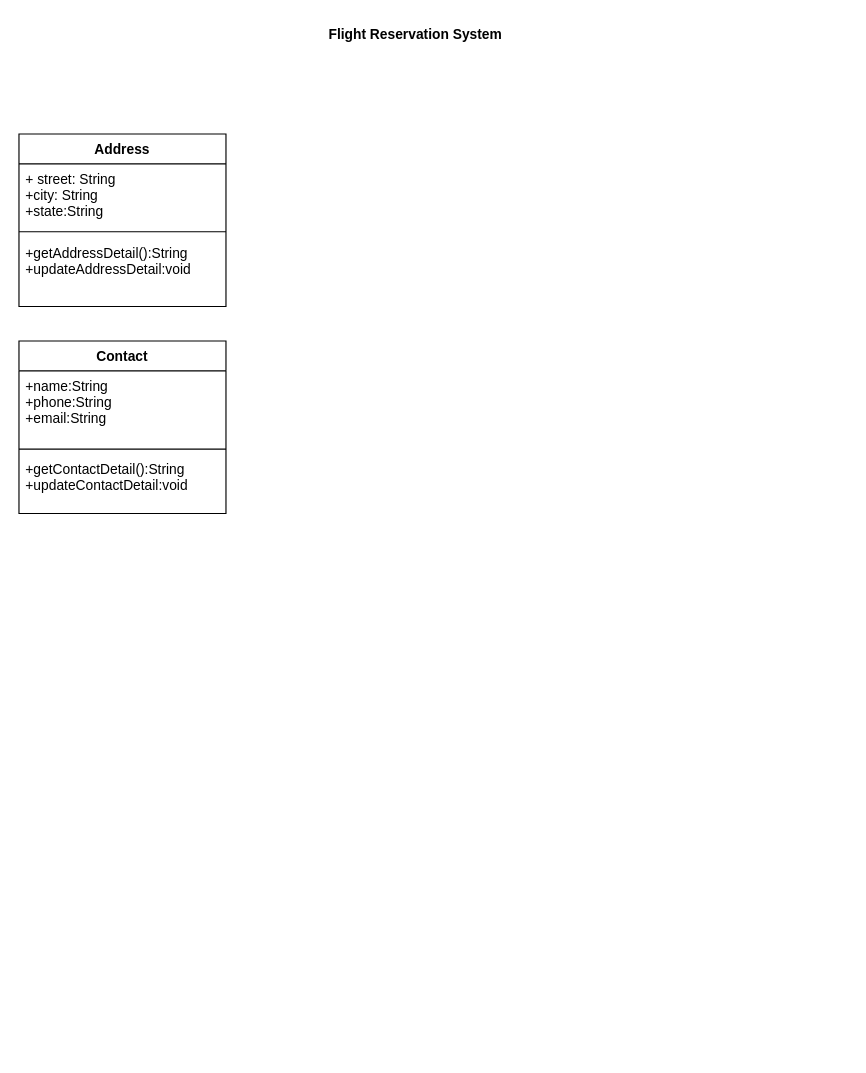
Before: FRS.drawio in bhiogade/new-one, a draw.io diagram. Source tidied: cells renumbered, new cells numbered last; positions are measured from the earlier drawing's top-left corner, leaving out a move shared by most shapes. Both pictures are drawn from the tidied source at 115%, with x=0, y=0 at pixel (18, 18).
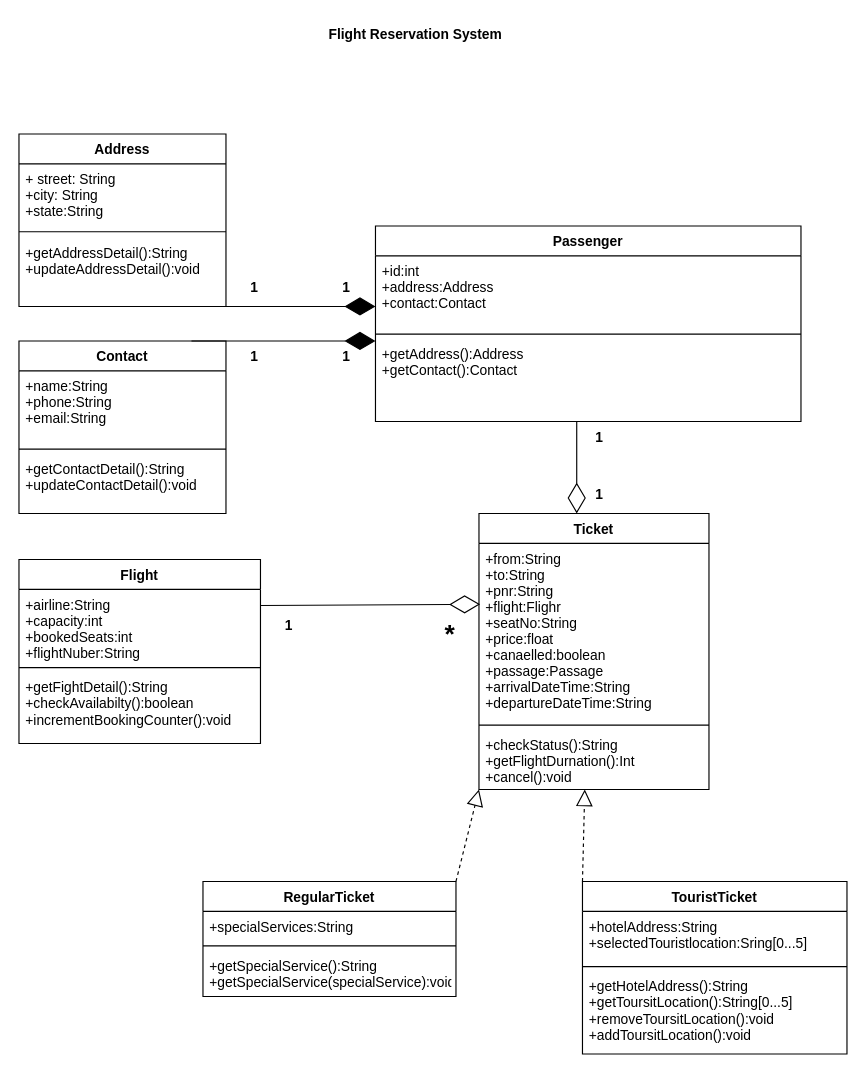
Above is the later version.

The change refers to these unchanged cells:
```xml
<mxCell id="2" value="Address" style="swimlane;fontStyle=1;align=center;verticalAlign=top;horizontal=1;startSize=26;" parent="1" vertex="1">
  <mxGeometry y="100" width="180" height="150" as="geometry" />
</mxCell>
<mxCell id="7" value="Contact" style="swimlane;fontStyle=1;align=center;verticalAlign=top;horizontal=1;startSize=26;" parent="1" vertex="1">
  <mxGeometry y="280" width="180" height="150" as="geometry" />
</mxCell>
```

What changed in the source:
```diff
@@
-    <mxCell id="5" value="+getAddressDetail():String&#10;+updateAddressDetail:void" style="text;strokeColor=none;fillColor=none;align=left;verticalAlign=top;spacingLeft=4;spacingRight=4;overflow=hidden;" parent="2" vertex="1">
+    <mxCell id="5" value="+getAddressDetail():String&#10;+updateAddressDetail():void" style="text;strokeColor=none;fillColor=none;align=left;verticalAlign=top;spacingLeft=4;spacingRight=4;overflow=hidden;" parent="2" vertex="1">
       <mxGeometry y="90" width="180" height="60" as="geometry" />
     </mxCell>
@@
-    <mxCell id="10" value="+getContactDetail():String&#10;+updateContactDetail:void" style="text;strokeColor=none;fillColor=none;align=left;verticalAlign=top;spacingLeft=4;spacingRight=4;overflow=hidden;" parent="7" vertex="1">
+    <mxCell id="10" value="+getContactDetail():String&#10;+updateContactDetail():void" style="text;strokeColor=none;fillColor=none;align=left;verticalAlign=top;spacingLeft=4;spacingRight=4;overflow=hidden;" parent="7" vertex="1">
       <mxGeometry y="98" width="180" height="52" as="geometry" />
     </mxCell>
+    <mxCell id="11" value="Passenger" style="swimlane;fontStyle=1;align=center;verticalAlign=top;horizontal=1;startSize=26;" parent="1" vertex="1">
+      <mxGeometry x="310" y="180" width="370" height="170" as="geometry" />
+    </mxCell>
+    <mxCell id="12" value="+id:int&#10;+address:Address&#10;+contact:Contact" style="text;strokeColor=none;fillColor=none;align=left;verticalAlign=top;spacingLeft=4;spacingRight=4;overflow=hidden;" parent="11" vertex="1">
+      <mxGeometry y="26" width="370" height="64" as="geometry" />
+    </mxCell>
+    <mxCell id="13" style="line;strokeWidth=1;fillColor=none;align=left;verticalAlign=middle;spacingTop=-1;spacingLeft=3;spacingRight=3;labelPosition=right;" parent="11" vertex="1">
+      <mxGeometry y="90" width="370" height="8" as="geometry" />
+    </mxCell>
+    <mxCell id="14" value="+getAddress():Address&#10;+getContact():Contact" style="text;strokeColor=none;fillColor=none;align=left;verticalAlign=top;spacingLeft=4;spacingRight=4;overflow=hidden;" parent="11" vertex="1">
+      <mxGeometry y="98" width="370" height="72" as="geometry" />
+    </mxCell>
+    <mxCell id="15" value="Ticket" style="swimlane;fontStyle=1;align=center;verticalAlign=top;horizontal=1;startSize=26;" parent="1" vertex="1">
+      <mxGeometry x="400" y="430" width="200" height="240" as="geometry" />
+    </mxCell>
+    <mxCell id="16" value="+from:String&#10;+to:String&#10;+pnr:String&#10;+flight:Flighr&#10;+seatNo:String&#10;+price:float&#10;+canaelled:boolean&#10;+passage:Passage&#10;+arrivalDateTime:String&#10;+departureDateTime:String" style="text;strokeColor=none;fillColor=none;align=left;verticalAlign=top;spacingLeft=4;spacingRight=4;overflow=hidden;points=[[0,0.5],[1,0.5]];portConstraint=eastwest;" parent="15" vertex="1">
+      <mxGeometry y="26" width="200" height="154" as="geometry" />
+    </mxCell>
+    <mxCell id="17" style="line;strokeWidth=1;fillColor=none;align=left;verticalAlign=middle;spacingTop=-1;spacingLeft=3;spacingRight=3;labelPosition=right;" parent="15" vertex="1">
+      <mxGeometry y="180" width="200" height="8" as="geometry" />
+    </mxCell>
+    <mxCell id="18" value="+checkStatus():String&#10;+getFlightDurnation():Int&#10;+cancel():void" style="text;strokeColor=none;fillColor=none;align=left;verticalAlign=top;spacingLeft=4;spacingRight=4;overflow=hidden;" parent="15" vertex="1">
+      <mxGeometry y="188" width="200" height="52" as="geometry" />
+    </mxCell>
+    <mxCell id="19" style="endArrow=diamondThin;endFill=1;endSize=24;html=1;" parent="1" edge="1">
+      <mxGeometry relative="1" as="geometry">
+        <mxPoint x="150" y="280" as="sourcePoint" />
+        <mxPoint x="310" y="280" as="targetPoint" />
+        <Array as="points">
+          <mxPoint x="220" y="280" />
+        </Array>
+      </mxGeometry>
+    </mxCell>
+    <mxCell id="20" style="endArrow=diamondThin;endFill=1;endSize=24;html=1;" parent="1" edge="1">
+      <mxGeometry relative="1" as="geometry">
+        <mxPoint x="150" y="250" as="sourcePoint" />
+        <mxPoint x="310" y="250" as="targetPoint" />
+      </mxGeometry>
+    </mxCell>
+    <mxCell id="21" style="endArrow=diamondThin;endFill=0;endSize=24;html=1;" parent="1" edge="1">
+      <mxGeometry relative="1" as="geometry">
+        <mxPoint x="485" y="350" as="sourcePoint" />
+        <mxPoint x="485" y="430" as="targetPoint" />
+      </mxGeometry>
+    </mxCell>
+    <mxCell id="22" value="Flight" style="swimlane;fontStyle=1;align=center;verticalAlign=top;horizontal=1;startSize=26;" parent="1" vertex="1">
+      <mxGeometry y="470" width="210" height="160" as="geometry" />
+    </mxCell>
+    <mxCell id="23" value="+airline:String&#10;+capacity:int&#10;+bookedSeats:int&#10;+flightNuber:String" style="text;strokeColor=none;fillColor=none;align=left;verticalAlign=top;spacingLeft=4;spacingRight=4;overflow=hidden;" parent="22" vertex="1">
+      <mxGeometry y="26" width="210" height="64" as="geometry" />
+    </mxCell>
+    <mxCell id="24" style="line;strokeWidth=1;fillColor=none;align=left;verticalAlign=middle;spacingTop=-1;spacingLeft=3;spacingRight=3;labelPosition=right;" parent="22" vertex="1">
+      <mxGeometry y="90" width="210" height="8" as="geometry" />
+    </mxCell>
+    <mxCell id="25" value="+getFightDetail():String&#10;+checkAvailabilty():boolean&#10;+incrementBookingCounter():void" style="text;strokeColor=none;fillColor=none;align=left;verticalAlign=top;spacingLeft=4;spacingRight=4;overflow=hidden;" parent="22" vertex="1">
+      <mxGeometry y="98" width="210" height="62" as="geometry" />
+    </mxCell>
+    <mxCell id="26" style="endArrow=diamondThin;endFill=0;endSize=24;html=1;entryX=0.005;entryY=0.344;entryDx=0;entryDy=0;entryPerimeter=0;" parent="1" edge="1" target="16">
+      <mxGeometry relative="1" as="geometry">
+        <mxPoint x="210" y="510" as="sourcePoint" />
+      </mxGeometry>
+    </mxCell>
+    <mxCell id="27" value="TouristTicket" style="swimlane;fontStyle=1;align=center;verticalAlign=top;horizontal=1;startSize=26;" parent="1" vertex="1">
+      <mxGeometry x="490" y="750" width="230" height="150" as="geometry" />
+    </mxCell>
+    <mxCell id="28" value="+hotelAddress:String&#10;+selectedTouristlocation:Sring[0...5]&#10;&#10;" style="text;strokeColor=none;fillColor=none;align=left;verticalAlign=top;spacingLeft=4;spacingRight=4;overflow=hidden;" parent="27" vertex="1">
+      <mxGeometry y="26" width="230" height="44" as="geometry" />
+    </mxCell>
+    <mxCell id="29" style="line;strokeWidth=1;fillColor=none;align=left;verticalAlign=middle;spacingTop=-1;spacingLeft=3;spacingRight=3;labelPosition=right;" parent="27" vertex="1">
+      <mxGeometry y="70" width="230" height="8" as="geometry" />
+    </mxCell>
+    <mxCell id="30" value="+getHotelAddress():String&#10;+getToursitLocation():String[0...5]&#10;+removeToursitLocation():void&#10;+addToursitLocation():void" style="text;strokeColor=none;fillColor=none;align=left;verticalAlign=top;spacingLeft=4;spacingRight=4;overflow=hidden;" parent="27" vertex="1">
+      <mxGeometry y="78" width="230" height="72" as="geometry" />
+    </mxCell>
+    <mxCell id="31" value="RegularTicket" style="swimlane;fontStyle=1;align=center;verticalAlign=top;horizontal=1;startSize=26;" parent="1" vertex="1">
+      <mxGeometry x="160" y="750" width="220" height="100" as="geometry" />
+    </mxCell>
+    <mxCell id="32" value="+specialServices:String&#10;" style="text;strokeColor=none;fillColor=none;align=left;verticalAlign=top;spacingLeft=4;spacingRight=4;overflow=hidden;" parent="31" vertex="1">
+      <mxGeometry y="26" width="220" height="26" as="geometry" />
+    </mxCell>
+    <mxCell id="33" style="line;strokeWidth=1;fillColor=none;align=left;verticalAlign=middle;spacingTop=-1;spacingLeft=3;spacingRight=3;labelPosition=right;" parent="31" vertex="1">
+      <mxGeometry y="52" width="220" height="8" as="geometry" />
+    </mxCell>
+    <mxCell id="34" value="+getSpecialService():String&#10;+getSpecialService(specialService):void" style="text;strokeColor=none;fillColor=none;align=left;verticalAlign=top;spacingLeft=4;spacingRight=4;overflow=hidden;" parent="31" vertex="1">
+      <mxGeometry y="60" width="220" height="40" as="geometry" />
+    </mxCell>
+    <mxCell id="35" style="endArrow=block;dashed=1;endFill=0;endSize=12;html=1;exitX=1;exitY=0;exitDx=0;exitDy=0;" parent="1" edge="1" source="31">
+      <mxGeometry relative="1" as="geometry">
+        <mxPoint x="400" y="670" as="targetPoint" />
+      </mxGeometry>
+    </mxCell>
+    <mxCell id="36" style="endArrow=block;dashed=1;endFill=0;endSize=12;html=1;exitX=0;exitY=0;exitDx=0;exitDy=0;" parent="1" edge="1" source="27">
+      <mxGeometry relative="1" as="geometry">
+        <mxPoint x="492" y="670" as="targetPoint" />
+      </mxGeometry>
+    </mxCell>
+    <mxCell id="37" value="1" style="text;align=center;fontStyle=1;verticalAlign=middle;spacingLeft=3;spacingRight=3;strokeColor=none;" parent="1" vertex="1">
+      <mxGeometry x="180" y="220" width="50" height="26" as="geometry" />
+    </mxCell>
+    <mxCell id="38" value="1" style="text;align=center;fontStyle=1;verticalAlign=middle;spacingLeft=3;spacingRight=3;strokeColor=none;" parent="1" vertex="1">
+      <mxGeometry x="260" y="220" width="50" height="26" as="geometry" />
+    </mxCell>
+    <mxCell id="39" value="1" style="text;align=center;fontStyle=1;verticalAlign=middle;spacingLeft=3;spacingRight=3;strokeColor=none;" parent="1" vertex="1">
+      <mxGeometry x="260" y="280" width="50" height="26" as="geometry" />
+    </mxCell>
+    <mxCell id="40" value="1" style="text;align=center;fontStyle=1;verticalAlign=middle;spacingLeft=3;spacingRight=3;strokeColor=none;" parent="1" vertex="1">
+      <mxGeometry x="180" y="280" width="50" height="26" as="geometry" />
+    </mxCell>
+    <mxCell id="41" value="1" style="text;align=center;fontStyle=1;verticalAlign=middle;spacingLeft=3;spacingRight=3;strokeColor=none;" parent="1" vertex="1">
+      <mxGeometry x="480" y="350" width="50" height="26" as="geometry" />
+    </mxCell>
+    <mxCell id="42" value="1" style="text;align=center;fontStyle=1;verticalAlign=middle;spacingLeft=3;spacingRight=3;strokeColor=none;" parent="1" vertex="1">
+      <mxGeometry x="480" y="400" width="50" height="26" as="geometry" />
+    </mxCell>
+    <mxCell id="43" value="1" style="text;align=center;fontStyle=1;verticalAlign=middle;spacingLeft=3;spacingRight=3;strokeColor=none;" parent="1" vertex="1">
+      <mxGeometry x="210" y="514" width="50" height="26" as="geometry" />
+    </mxCell>
+    <mxCell id="44" value="*" style="text;align=center;fontStyle=1;verticalAlign=middle;spacingLeft=3;spacingRight=3;strokeColor=none;fontSize=23;" parent="1" vertex="1">
+      <mxGeometry x="350" y="520" width="50" height="26" as="geometry" />
+    </mxCell>
```
